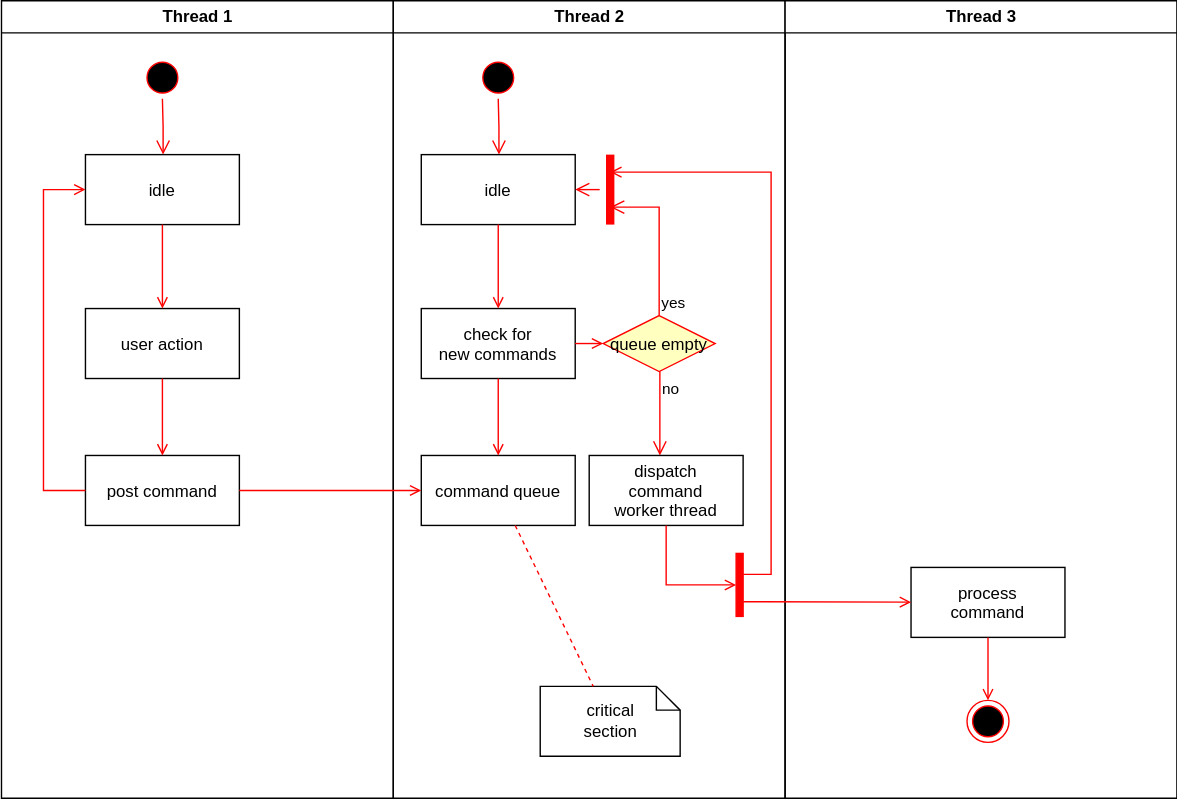
This is Untitled Diagram.svg from samuelpilusa365/myRepo, a draw.io export, as it was before one commit. Source tidied: cells renumbered, new cells last; positions are measured from the earlier drawing's top-left corner, leaving out a move shared by most shapes. Source of this version:
```xml
<mxGraphModel background="#ffffff">
  <root>
    <mxCell id="0" />
    <mxCell id="1" parent="0" />
    <mxCell id="2" value="Thread 1" style="swimlane;whiteSpace=wrap;" parent="1" vertex="1">
      <mxGeometry x="0.5" width="280" height="570" as="geometry" />
    </mxCell>
    <mxCell id="3" style="ellipse;shape=startState;fillColor=#000000;strokeColor=#ff0000;" parent="2" vertex="1">
      <mxGeometry x="100" y="40" width="30" height="30" as="geometry" />
    </mxCell>
    <mxCell id="4" style="edgeStyle=elbowEdgeStyle;elbow=horizontal;verticalAlign=bottom;endArrow=open;endSize=8;strokeColor=#FF0000;endFill=1;rounded=0;" parent="2" edge="1" source="3" target="5">
      <mxGeometry x="100" y="40" as="geometry" />
    </mxCell>
    <mxCell id="5" value="idle" parent="2" vertex="1">
      <mxGeometry x="60" y="110" width="110" height="50" as="geometry" />
    </mxCell>
    <mxCell id="6" value="user action" parent="2" vertex="1">
      <mxGeometry x="60" y="220" width="110" height="50" as="geometry" />
    </mxCell>
    <mxCell id="7" style="endArrow=open;strokeColor=#FF0000;endFill=1;rounded=0;" parent="2" edge="1" source="5" target="6">
      <mxGeometry relative="1" as="geometry" />
    </mxCell>
    <mxCell id="8" value="post command" parent="2" vertex="1">
      <mxGeometry x="60" y="325" width="110" height="50" as="geometry" />
    </mxCell>
    <mxCell id="9" style="endArrow=open;strokeColor=#FF0000;endFill=1;rounded=0;" parent="2" edge="1" source="6" target="8">
      <mxGeometry relative="1" as="geometry" />
    </mxCell>
    <mxCell id="10" style="edgeStyle=elbowEdgeStyle;elbow=horizontal;strokeColor=#FF0000;endArrow=open;endFill=1;rounded=0;" parent="2" edge="1" source="8" target="5">
      <mxGeometry relative="1" as="geometry">
        <Array as="points">
          <mxPoint x="30" y="250" />
        </Array>
      </mxGeometry>
    </mxCell>
    <mxCell id="11" value="Thread 2" style="swimlane;whiteSpace=wrap;" parent="1" vertex="1">
      <mxGeometry x="280.5" width="280" height="570" as="geometry" />
    </mxCell>
    <mxCell id="12" style="ellipse;shape=startState;fillColor=#000000;strokeColor=#ff0000;" parent="11" vertex="1">
      <mxGeometry x="60" y="40" width="30" height="30" as="geometry" />
    </mxCell>
    <mxCell id="13" style="edgeStyle=elbowEdgeStyle;elbow=horizontal;verticalAlign=bottom;endArrow=open;endSize=8;strokeColor=#FF0000;endFill=1;rounded=0;" parent="11" edge="1" source="12" target="14">
      <mxGeometry x="40" y="20" as="geometry" />
    </mxCell>
    <mxCell id="14" value="idle" parent="11" vertex="1">
      <mxGeometry x="20" y="110" width="110" height="50" as="geometry" />
    </mxCell>
    <mxCell id="15" value="check for &#10;new commands" parent="11" vertex="1">
      <mxGeometry x="20" y="220" width="110" height="50" as="geometry" />
    </mxCell>
    <mxCell id="16" style="endArrow=open;strokeColor=#FF0000;endFill=1;rounded=0;" parent="11" edge="1" source="14" target="15">
      <mxGeometry relative="1" as="geometry" />
    </mxCell>
    <mxCell id="17" value="command queue" parent="11" vertex="1">
      <mxGeometry x="20" y="325" width="110" height="50" as="geometry" />
    </mxCell>
    <mxCell id="18" style="endArrow=open;strokeColor=#FF0000;endFill=1;rounded=0;" parent="11" edge="1" source="15" target="17">
      <mxGeometry relative="1" as="geometry" />
    </mxCell>
    <mxCell id="19" value="queue empty" style="rhombus;fillColor=#ffffc0;strokeColor=#ff0000;" parent="11" vertex="1">
      <mxGeometry x="150" y="225" width="80" height="40" as="geometry" />
    </mxCell>
    <mxCell id="20" value="yes" style="edgeStyle=elbowEdgeStyle;elbow=horizontal;align=left;verticalAlign=bottom;endArrow=open;endSize=8;strokeColor=#FF0000;exitX=0.5;exitY=0;endFill=1;rounded=0;entryX=0.75;entryY=0.5;entryPerimeter=0;" parent="11" edge="1" source="19" target="23">
      <mxGeometry x="-1" relative="1" as="geometry">
        <Array as="points">
          <mxPoint x="190" y="180" />
        </Array>
      </mxGeometry>
    </mxCell>
    <mxCell id="21" value="no" style="edgeStyle=elbowEdgeStyle;elbow=horizontal;align=left;verticalAlign=top;endArrow=open;endSize=8;strokeColor=#FF0000;endFill=1;rounded=0;" parent="11" edge="1" source="19" target="25">
      <mxGeometry x="-1" relative="1" as="geometry" />
    </mxCell>
    <mxCell id="22" style="endArrow=open;strokeColor=#FF0000;endFill=1;rounded=0;" parent="11" edge="1" source="15" target="19">
      <mxGeometry relative="1" as="geometry" />
    </mxCell>
    <mxCell id="23" style="shape=line;strokeWidth=6;strokeColor=#ff0000;rotation=90;" parent="11" vertex="1">
      <mxGeometry x="130" y="127.5" width="50" height="15" as="geometry" />
    </mxCell>
    <mxCell id="24" style="edgeStyle=elbowEdgeStyle;elbow=horizontal;verticalAlign=bottom;endArrow=open;endSize=8;strokeColor=#FF0000;endFill=1;rounded=0;" parent="11" edge="1" source="23" target="14">
      <mxGeometry x="130" y="90" as="geometry" />
    </mxCell>
    <mxCell id="25" value="dispatch&#10;command&#10;worker thread" parent="11" vertex="1">
      <mxGeometry x="140" y="325" width="110" height="50" as="geometry" />
    </mxCell>
    <mxCell id="26" value="critical&#10;section" style="shape=note;whiteSpace=wrap;size=17;" parent="11" vertex="1">
      <mxGeometry x="105" y="490" width="100" height="50" as="geometry" />
    </mxCell>
    <mxCell id="27" style="endArrow=none;strokeColor=#FF0000;endFill=0;rounded=0;dashed=1;" parent="11" edge="1" source="17" target="26">
      <mxGeometry relative="1" as="geometry" />
    </mxCell>
    <mxCell id="28" style="whiteSpace=wrap;strokeColor=#FF0000;fillColor=#FF0000;" parent="11" vertex="1">
      <mxGeometry x="245" y="395" width="5" height="45" as="geometry" />
    </mxCell>
    <mxCell id="29" style="edgeStyle=elbowEdgeStyle;elbow=horizontal;entryX=0;entryY=0.5;strokeColor=#FF0000;endArrow=open;endFill=1;rounded=0;" parent="11" edge="1" source="25" target="28">
      <mxGeometry relative="1" as="geometry">
        <Array as="points">
          <mxPoint x="195" y="400" />
        </Array>
      </mxGeometry>
    </mxCell>
    <mxCell id="30" value="Thread 3" style="swimlane;whiteSpace=wrap;" parent="1" vertex="1">
      <mxGeometry x="560.5" width="280" height="570" as="geometry" />
    </mxCell>
    <mxCell id="31" value="process&#10;command" parent="30" vertex="1">
      <mxGeometry x="90" y="405" width="110" height="50" as="geometry" />
    </mxCell>
    <mxCell id="32" style="edgeStyle=elbowEdgeStyle;elbow=horizontal;strokeColor=#FF0000;endArrow=open;endFill=1;rounded=0;entryX=0.25;entryY=0.5;entryPerimeter=0;" parent="30" edge="1" target="23">
      <mxGeometry relative="1" as="geometry">
        <mxPoint x="-30" y="410" as="sourcePoint" />
        <Array as="points">
          <mxPoint x="-10" y="135" />
        </Array>
      </mxGeometry>
    </mxCell>
    <mxCell id="33" style="edgeStyle=none;strokeColor=#FF0000;endArrow=open;endFill=1;rounded=0;" parent="30" edge="1" target="31">
      <mxGeometry relative="1" as="geometry">
        <mxPoint x="-30" y="429.5" as="sourcePoint" />
      </mxGeometry>
    </mxCell>
    <mxCell id="34" style="ellipse;shape=endState;fillColor=#000000;strokeColor=#ff0000;" parent="30" vertex="1">
      <mxGeometry x="130" y="500" width="30" height="30" as="geometry" />
    </mxCell>
    <mxCell id="35" style="endArrow=open;strokeColor=#FF0000;endFill=1;rounded=0;" parent="30" edge="1" source="31" target="34">
      <mxGeometry relative="1" as="geometry" />
    </mxCell>
    <mxCell id="36" style="endArrow=open;strokeColor=#FF0000;endFill=1;rounded=0;" parent="1" edge="1" source="8" target="17">
      <mxGeometry relative="1" as="geometry" />
    </mxCell>
  </root>
</mxGraphModel>
```
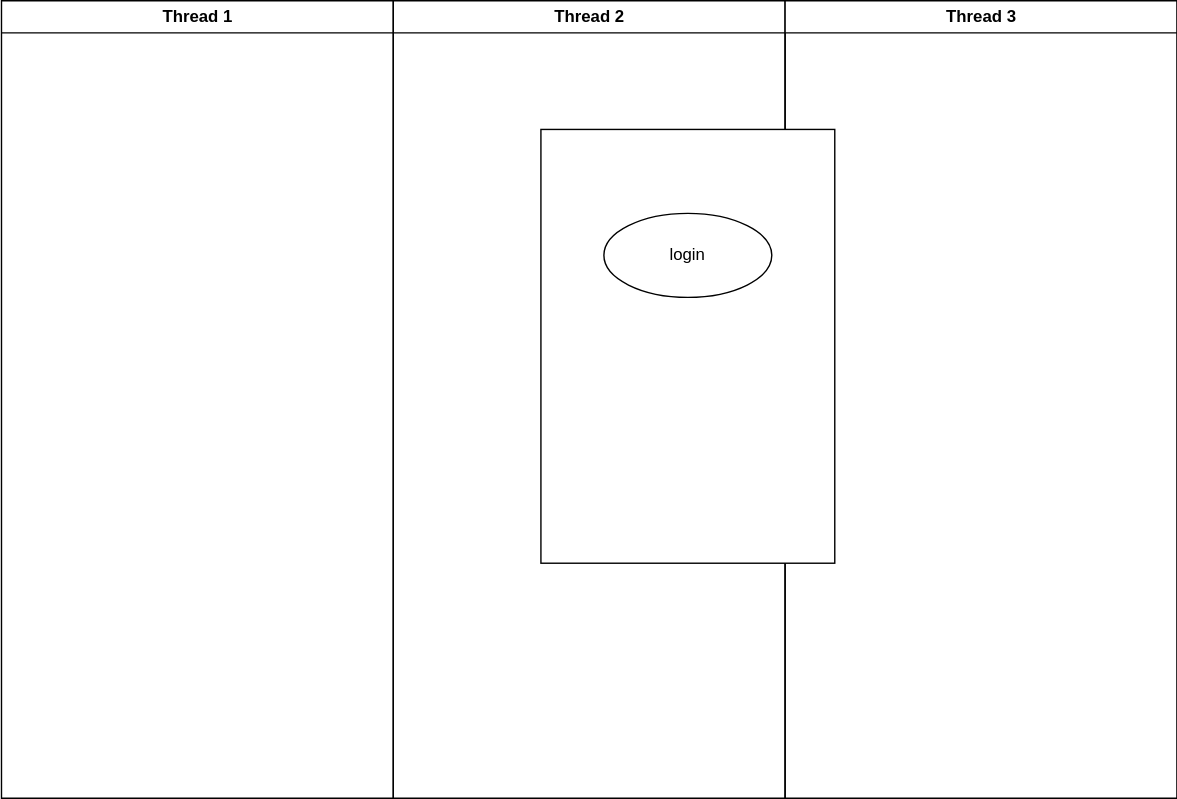
The same file after the commit.

The edit, as a diff of the source:
```diff
@@ -5,126 +5,17 @@
     <mxCell id="2" value="Thread 1" style="swimlane;whiteSpace=wrap;" parent="1" vertex="1">
       <mxGeometry x="0.5" width="280" height="570" as="geometry" />
     </mxCell>
-    <mxCell id="3" style="ellipse;shape=startState;fillColor=#000000;strokeColor=#ff0000;" parent="2" vertex="1">
-      <mxGeometry x="100" y="40" width="30" height="30" as="geometry" />
-    </mxCell>
-    <mxCell id="4" style="edgeStyle=elbowEdgeStyle;elbow=horizontal;verticalAlign=bottom;endArrow=open;endSize=8;strokeColor=#FF0000;endFill=1;rounded=0;" parent="2" edge="1" source="3" target="5">
-      <mxGeometry x="100" y="40" as="geometry" />
-    </mxCell>
-    <mxCell id="5" value="idle" parent="2" vertex="1">
-      <mxGeometry x="60" y="110" width="110" height="50" as="geometry" />
-    </mxCell>
-    <mxCell id="6" value="user action" parent="2" vertex="1">
-      <mxGeometry x="60" y="220" width="110" height="50" as="geometry" />
-    </mxCell>
-    <mxCell id="7" style="endArrow=open;strokeColor=#FF0000;endFill=1;rounded=0;" parent="2" edge="1" source="5" target="6">
-      <mxGeometry relative="1" as="geometry" />
-    </mxCell>
-    <mxCell id="8" value="post command" parent="2" vertex="1">
-      <mxGeometry x="60" y="325" width="110" height="50" as="geometry" />
-    </mxCell>
-    <mxCell id="9" style="endArrow=open;strokeColor=#FF0000;endFill=1;rounded=0;" parent="2" edge="1" source="6" target="8">
-      <mxGeometry relative="1" as="geometry" />
-    </mxCell>
-    <mxCell id="10" style="edgeStyle=elbowEdgeStyle;elbow=horizontal;strokeColor=#FF0000;endArrow=open;endFill=1;rounded=0;" parent="2" edge="1" source="8" target="5">
-      <mxGeometry relative="1" as="geometry">
-        <Array as="points">
-          <mxPoint x="30" y="250" />
-        </Array>
-      </mxGeometry>
-    </mxCell>
     <mxCell id="11" value="Thread 2" style="swimlane;whiteSpace=wrap;" parent="1" vertex="1">
       <mxGeometry x="280.5" width="280" height="570" as="geometry" />
     </mxCell>
-    <mxCell id="12" style="ellipse;shape=startState;fillColor=#000000;strokeColor=#ff0000;" parent="11" vertex="1">
-      <mxGeometry x="60" y="40" width="30" height="30" as="geometry" />
-    </mxCell>
-    <mxCell id="13" style="edgeStyle=elbowEdgeStyle;elbow=horizontal;verticalAlign=bottom;endArrow=open;endSize=8;strokeColor=#FF0000;endFill=1;rounded=0;" parent="11" edge="1" source="12" target="14">
-      <mxGeometry x="40" y="20" as="geometry" />
-    </mxCell>
-    <mxCell id="14" value="idle" parent="11" vertex="1">
-      <mxGeometry x="20" y="110" width="110" height="50" as="geometry" />
-    </mxCell>
-    <mxCell id="15" value="check for &#10;new commands" parent="11" vertex="1">
-      <mxGeometry x="20" y="220" width="110" height="50" as="geometry" />
-    </mxCell>
-    <mxCell id="16" style="endArrow=open;strokeColor=#FF0000;endFill=1;rounded=0;" parent="11" edge="1" source="14" target="15">
-      <mxGeometry relative="1" as="geometry" />
-    </mxCell>
-    <mxCell id="17" value="command queue" parent="11" vertex="1">
-      <mxGeometry x="20" y="325" width="110" height="50" as="geometry" />
-    </mxCell>
-    <mxCell id="18" style="endArrow=open;strokeColor=#FF0000;endFill=1;rounded=0;" parent="11" edge="1" source="15" target="17">
-      <mxGeometry relative="1" as="geometry" />
-    </mxCell>
-    <mxCell id="19" value="queue empty" style="rhombus;fillColor=#ffffc0;strokeColor=#ff0000;" parent="11" vertex="1">
-      <mxGeometry x="150" y="225" width="80" height="40" as="geometry" />
-    </mxCell>
-    <mxCell id="20" value="yes" style="edgeStyle=elbowEdgeStyle;elbow=horizontal;align=left;verticalAlign=bottom;endArrow=open;endSize=8;strokeColor=#FF0000;exitX=0.5;exitY=0;endFill=1;rounded=0;entryX=0.75;entryY=0.5;entryPerimeter=0;" parent="11" edge="1" source="19" target="23">
-      <mxGeometry x="-1" relative="1" as="geometry">
-        <Array as="points">
-          <mxPoint x="190" y="180" />
-        </Array>
-      </mxGeometry>
-    </mxCell>
-    <mxCell id="21" value="no" style="edgeStyle=elbowEdgeStyle;elbow=horizontal;align=left;verticalAlign=top;endArrow=open;endSize=8;strokeColor=#FF0000;endFill=1;rounded=0;" parent="11" edge="1" source="19" target="25">
-      <mxGeometry x="-1" relative="1" as="geometry" />
-    </mxCell>
-    <mxCell id="22" style="endArrow=open;strokeColor=#FF0000;endFill=1;rounded=0;" parent="11" edge="1" source="15" target="19">
-      <mxGeometry relative="1" as="geometry" />
-    </mxCell>
-    <mxCell id="23" style="shape=line;strokeWidth=6;strokeColor=#ff0000;rotation=90;" parent="11" vertex="1">
-      <mxGeometry x="130" y="127.5" width="50" height="15" as="geometry" />
-    </mxCell>
-    <mxCell id="24" style="edgeStyle=elbowEdgeStyle;elbow=horizontal;verticalAlign=bottom;endArrow=open;endSize=8;strokeColor=#FF0000;endFill=1;rounded=0;" parent="11" edge="1" source="23" target="14">
-      <mxGeometry x="130" y="90" as="geometry" />
-    </mxCell>
-    <mxCell id="25" value="dispatch&#10;command&#10;worker thread" parent="11" vertex="1">
-      <mxGeometry x="140" y="325" width="110" height="50" as="geometry" />
-    </mxCell>
-    <mxCell id="26" value="critical&#10;section" style="shape=note;whiteSpace=wrap;size=17;" parent="11" vertex="1">
-      <mxGeometry x="105" y="490" width="100" height="50" as="geometry" />
-    </mxCell>
-    <mxCell id="27" style="endArrow=none;strokeColor=#FF0000;endFill=0;rounded=0;dashed=1;" parent="11" edge="1" source="17" target="26">
-      <mxGeometry relative="1" as="geometry" />
-    </mxCell>
-    <mxCell id="28" style="whiteSpace=wrap;strokeColor=#FF0000;fillColor=#FF0000;" parent="11" vertex="1">
-      <mxGeometry x="245" y="395" width="5" height="45" as="geometry" />
-    </mxCell>
-    <mxCell id="29" style="edgeStyle=elbowEdgeStyle;elbow=horizontal;entryX=0;entryY=0.5;strokeColor=#FF0000;endArrow=open;endFill=1;rounded=0;" parent="11" edge="1" source="25" target="28">
-      <mxGeometry relative="1" as="geometry">
-        <Array as="points">
-          <mxPoint x="195" y="400" />
-        </Array>
-      </mxGeometry>
-    </mxCell>
     <mxCell id="30" value="Thread 3" style="swimlane;whiteSpace=wrap;" parent="1" vertex="1">
       <mxGeometry x="560.5" width="280" height="570" as="geometry" />
     </mxCell>
-    <mxCell id="31" value="process&#10;command" parent="30" vertex="1">
-      <mxGeometry x="90" y="405" width="110" height="50" as="geometry" />
-    </mxCell>
-    <mxCell id="32" style="edgeStyle=elbowEdgeStyle;elbow=horizontal;strokeColor=#FF0000;endArrow=open;endFill=1;rounded=0;entryX=0.25;entryY=0.5;entryPerimeter=0;" parent="30" edge="1" target="23">
-      <mxGeometry relative="1" as="geometry">
-        <mxPoint x="-30" y="410" as="sourcePoint" />
-        <Array as="points">
-          <mxPoint x="-10" y="135" />
-        </Array>
-      </mxGeometry>
-    </mxCell>
-    <mxCell id="33" style="edgeStyle=none;strokeColor=#FF0000;endArrow=open;endFill=1;rounded=0;" parent="30" edge="1" target="31">
-      <mxGeometry relative="1" as="geometry">
-        <mxPoint x="-30" y="429.5" as="sourcePoint" />
-      </mxGeometry>
-    </mxCell>
-    <mxCell id="34" style="ellipse;shape=endState;fillColor=#000000;strokeColor=#ff0000;" parent="30" vertex="1">
-      <mxGeometry x="130" y="500" width="30" height="30" as="geometry" />
-    </mxCell>
-    <mxCell id="35" style="endArrow=open;strokeColor=#FF0000;endFill=1;rounded=0;" parent="30" edge="1" source="31" target="34">
-      <mxGeometry relative="1" as="geometry" />
-    </mxCell>
-    <mxCell id="36" style="endArrow=open;strokeColor=#FF0000;endFill=1;rounded=0;" parent="1" edge="1" source="8" target="17">
-      <mxGeometry relative="1" as="geometry" />
-    </mxCell>
+    <mxCell id="37" style="rounded=0;whiteSpace=wrap;html=1;" parent="1" vertex="1">
+      <mxGeometry x="386" y="92" width="210" height="310" as="geometry" />
+    </mxCell>
+    <mxCell id="38" value="login" style="ellipse;whiteSpace=wrap;html=1;" parent="1" vertex="1">
+      <mxGeometry x="431" y="152" width="120" height="60" as="geometry" />
+    </mxCell>
   </root>
 </mxGraphModel>
```
